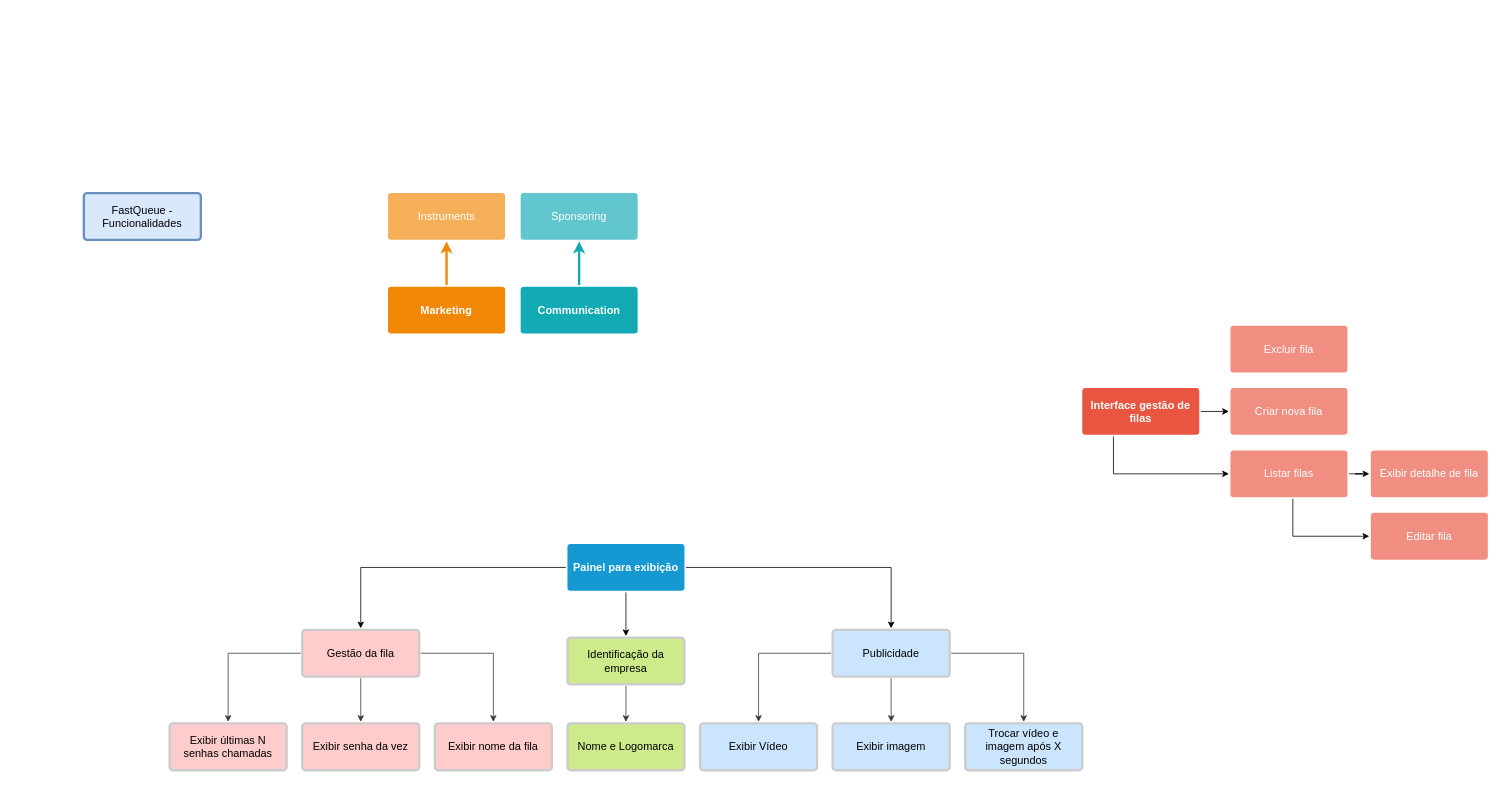
Earlier version of the draw.io diagram Untitled Diagram.drawio (fviel/vueTracker). Source tidied: cells renumbered, new cells numbered last; positions are measured from the earlier drawing's top-left corner, leaving out a move shared by most shapes. Both pictures are drawn from the tidied source at 78%, with x=0, y=0 at pixel (83, 193).
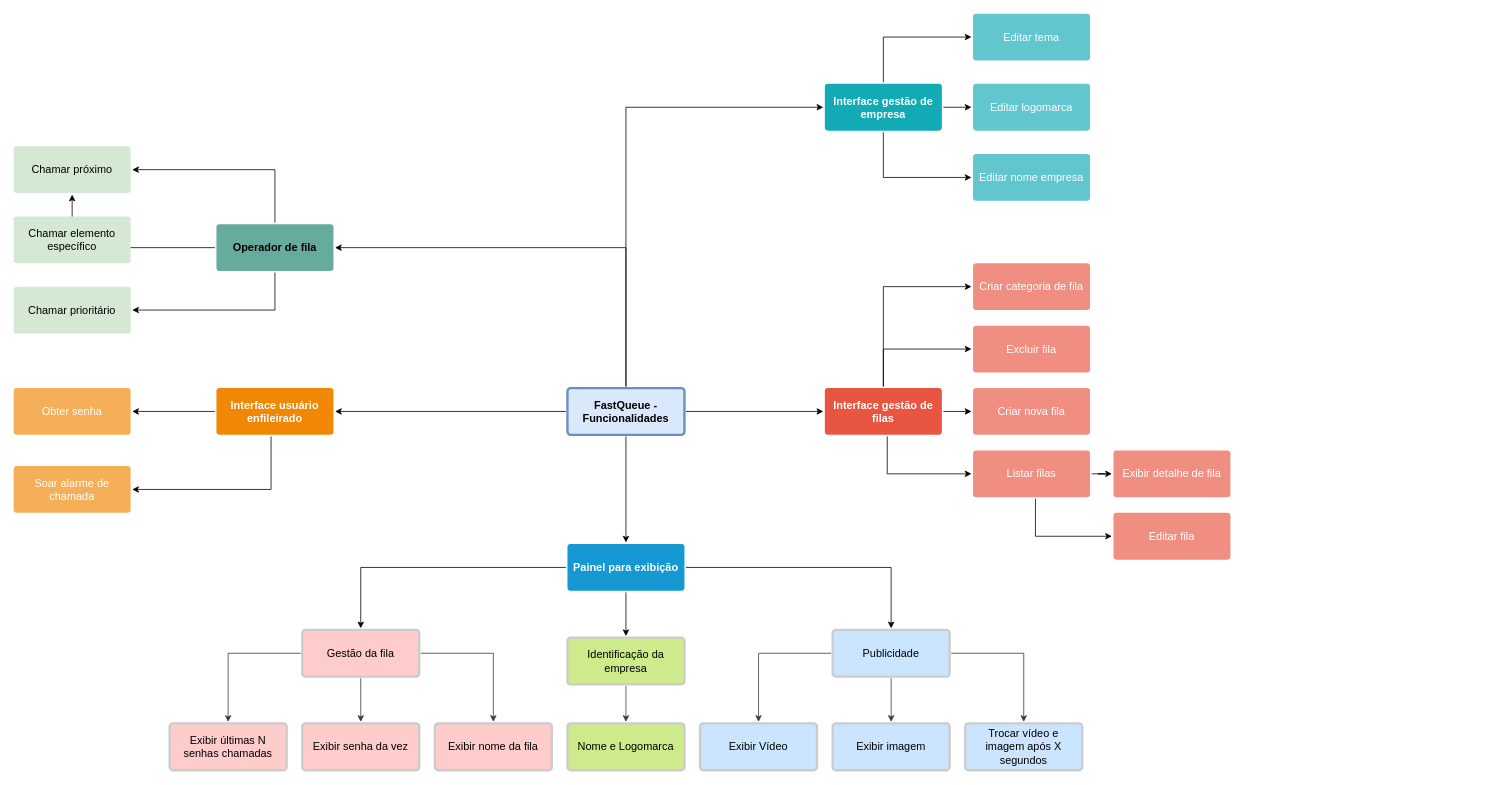
The same page after the edit.

Unchanged cells that the change refers to:
```xml
<mxCell id="7" value="&lt;div&gt;Painel para exibição&lt;/div&gt;" style="rounded=1;whiteSpace=wrap;html=1;shadow=0;labelBackgroundColor=none;strokeColor=none;strokeWidth=3;fillColor=#1699d3;fontFamily=Helvetica;fontSize=14;fontColor=#FFFFFF;align=center;spacing=5;fontStyle=1;arcSize=7;perimeterSpacing=2;" parent="1" vertex="1">
  <mxGeometry x="620" y="450" width="150" height="60" as="geometry" />
</mxCell>
```

The edit, as a diff of the source:
```diff
@@
     <mxCell id="4" style="edgeStyle=orthogonalEdgeStyle;rounded=0;jettySize=auto;html=1;strokeColor=#000000;" parent="1" edge="1" source="5" target="37">
       <mxGeometry relative="1" as="geometry">
         <Array as="points">
-          <mxPoint x="1320" y="360" />
+          <mxPoint x="1030" y="360" />
         </Array>
       </mxGeometry>
     </mxCell>
+    <mxCell id="41" style="edgeStyle=orthogonalEdgeStyle;rounded=0;jettySize=auto;html=1;strokeColor=#000000;" parent="1" edge="1" source="5" target="40">
+      <mxGeometry relative="1" as="geometry">
+        <Array as="points">
+          <mxPoint x="1025" y="200" />
+        </Array>
+      </mxGeometry>
+    </mxCell>
+    <mxCell id="42" style="edgeStyle=orthogonalEdgeStyle;rounded=0;jettySize=auto;html=1;strokeColor=#000000;" parent="1" edge="1" source="5" target="51">
+      <mxGeometry relative="1" as="geometry">
+        <Array as="points">
+          <mxPoint x="1025" y="120" />
+        </Array>
+      </mxGeometry>
+    </mxCell>
     <mxCell id="5" value="Interface gestão de filas" style="rounded=1;whiteSpace=wrap;html=1;shadow=0;labelBackgroundColor=none;strokeColor=none;strokeWidth=3;fillColor=#e85642;fontFamily=Helvetica;fontSize=14;fontColor=#FFFFFF;align=center;spacing=5;fontStyle=1;arcSize=7;perimeterSpacing=2;" parent="1" vertex="1">
-      <mxGeometry x="1280" y="250" width="150" height="60" as="geometry" />
+      <mxGeometry x="950" y="250" width="150" height="60" as="geometry" />
     </mxCell>
     <mxCell id="6" value="Criar nova fila" style="rounded=1;whiteSpace=wrap;html=1;shadow=0;labelBackgroundColor=none;strokeColor=none;strokeWidth=3;fillColor=#f08e81;fontFamily=Helvetica;fontSize=14;fontColor=#FFFFFF;align=center;spacing=5;fontStyle=0;arcSize=7;perimeterSpacing=2;" parent="1" vertex="1">
-      <mxGeometry x="1470" y="250" width="150" height="60" as="geometry" />
+      <mxGeometry x="1140" y="250" width="150" height="60" as="geometry" />
     </mxCell>
@@
+    <mxCell id="15" style="edgeStyle=orthogonalEdgeStyle;rounded=0;jettySize=auto;html=1;strokeColor=#000000;" parent="1" edge="1" source="13" target="14">
+      <mxGeometry relative="1" as="geometry" />
+    </mxCell>
+    <mxCell id="43" style="edgeStyle=orthogonalEdgeStyle;rounded=0;jettySize=auto;html=1;strokeColor=#000000;" parent="1" edge="1" source="13" target="54">
+      <mxGeometry relative="1" as="geometry">
+        <Array as="points">
+          <mxPoint x="240" y="380" />
+        </Array>
+      </mxGeometry>
+    </mxCell>
-    <mxCell id="13" value="Marketing" style="rounded=1;whiteSpace=wrap;html=1;shadow=0;labelBackgroundColor=none;strokeColor=none;strokeWidth=3;fillColor=#F08705;fontFamily=Helvetica;fontSize=14;fontColor=#FFFFFF;align=center;spacing=5;fontStyle=1;arcSize=7;perimeterSpacing=2;" parent="1" vertex="1">
-      <mxGeometry x="390" y="120" width="150" height="60" as="geometry" />
+    <mxCell id="13" value="Interface usuário enfileirado" style="rounded=1;whiteSpace=wrap;html=1;shadow=0;labelBackgroundColor=none;strokeColor=none;strokeWidth=3;fillColor=#F08705;fontFamily=Helvetica;fontSize=14;fontColor=#FFFFFF;align=center;spacing=5;fontStyle=1;arcSize=7;perimeterSpacing=2;" parent="1" vertex="1">
+      <mxGeometry x="170" y="250" width="150" height="60" as="geometry" />
     </mxCell>
-    <mxCell id="14" value="Instruments" style="rounded=1;whiteSpace=wrap;html=1;shadow=0;labelBackgroundColor=none;strokeColor=none;strokeWidth=3;fillColor=#f5af58;fontFamily=Helvetica;fontSize=14;fontColor=#FFFFFF;align=center;spacing=5;arcSize=7;perimeterSpacing=2;" parent="1" vertex="1">
-      <mxGeometry x="390" width="150" height="60" as="geometry" />
+    <mxCell id="14" value="Obter senha" style="rounded=1;whiteSpace=wrap;html=1;shadow=0;labelBackgroundColor=none;strokeColor=none;strokeWidth=3;fillColor=#f5af58;fontFamily=Helvetica;fontSize=14;fontColor=#FFFFFF;align=center;spacing=5;arcSize=7;perimeterSpacing=2;" parent="1" vertex="1">
+      <mxGeometry x="-90" y="250" width="150" height="60" as="geometry" />
     </mxCell>
-    <mxCell id="15" style="edgeStyle=none;rounded=0;jumpStyle=none;html=1;shadow=0;labelBackgroundColor=none;startArrow=none;startFill=0;endArrow=classic;endFill=1;jettySize=auto;strokeColor=#F08705;strokeWidth=3;fontFamily=Helvetica;fontSize=14;fontColor=#FFFFFF;spacing=5;" parent="1" edge="1" source="13" target="14">
-      <mxGeometry relative="1" as="geometry" />
-    </mxCell>
+    <mxCell id="44" style="edgeStyle=orthogonalEdgeStyle;rounded=0;jettySize=auto;html=1;strokeColor=#000000;" parent="1" edge="1" source="16" target="7">
+      <mxGeometry relative="1" as="geometry" />
+    </mxCell>
+    <mxCell id="45" style="edgeStyle=orthogonalEdgeStyle;rounded=0;jettySize=auto;html=1;strokeColor=#000000;" parent="1" edge="1" source="16" target="5">
+      <mxGeometry relative="1" as="geometry" />
+    </mxCell>
+    <mxCell id="46" style="edgeStyle=orthogonalEdgeStyle;rounded=0;jettySize=auto;html=1;strokeColor=#000000;" parent="1" edge="1" source="16" target="17">
+      <mxGeometry relative="1" as="geometry">
+        <Array as="points">
+          <mxPoint x="695" y="-110" />
+        </Array>
+      </mxGeometry>
+    </mxCell>
+    <mxCell id="47" style="edgeStyle=orthogonalEdgeStyle;rounded=0;jettySize=auto;html=1;strokeColor=#000000;" parent="1" edge="1" source="16" target="13">
+      <mxGeometry relative="1" as="geometry" />
+    </mxCell>
+    <mxCell id="48" style="edgeStyle=orthogonalEdgeStyle;rounded=0;jettySize=auto;html=1;strokeColor=#000000;" parent="1" edge="1" source="16" target="58">
+      <mxGeometry relative="1" as="geometry">
+        <Array as="points">
+          <mxPoint x="695" y="70" />
+        </Array>
+      </mxGeometry>
+    </mxCell>
-    <mxCell id="16" value="FastQueue - Funcionalidades" style="rounded=1;whiteSpace=wrap;html=1;shadow=0;labelBackgroundColor=none;strokeColor=#6c8ebf;strokeWidth=3;fillColor=#dae8fc;fontFamily=Helvetica;fontSize=14;align=center;spacing=5;arcSize=7;perimeterSpacing=2;" parent="1" vertex="1">
-      <mxGeometry width="150" height="60" as="geometry" />
+    <mxCell id="16" value="&lt;b&gt;FastQueue - Funcionalidades&lt;/b&gt;" style="rounded=1;whiteSpace=wrap;html=1;shadow=0;labelBackgroundColor=none;strokeColor=#6c8ebf;strokeWidth=3;fillColor=#dae8fc;fontFamily=Helvetica;fontSize=14;align=center;spacing=5;arcSize=7;perimeterSpacing=2;" parent="1" vertex="1">
+      <mxGeometry x="620" y="250" width="150" height="60" as="geometry" />
     </mxCell>
+    <mxCell id="19" style="edgeStyle=orthogonalEdgeStyle;rounded=0;jettySize=auto;html=1;strokeColor=#000000;" parent="1" edge="1" source="17" target="18">
+      <mxGeometry relative="1" as="geometry" />
+    </mxCell>
+    <mxCell id="49" style="edgeStyle=orthogonalEdgeStyle;rounded=0;jettySize=auto;html=1;strokeColor=#000000;" parent="1" edge="1" source="17" target="53">
+      <mxGeometry relative="1" as="geometry">
+        <Array as="points">
+          <mxPoint x="1025" y="-20" />
+        </Array>
+      </mxGeometry>
+    </mxCell>
+    <mxCell id="50" style="edgeStyle=orthogonalEdgeStyle;rounded=0;jettySize=auto;html=1;strokeColor=#000000;" parent="1" edge="1" source="17" target="52">
+      <mxGeometry relative="1" as="geometry">
+        <Array as="points">
+          <mxPoint x="1025" y="-200" />
+        </Array>
+      </mxGeometry>
+    </mxCell>
-    <mxCell id="17" value="Communication" style="rounded=1;whiteSpace=wrap;html=1;shadow=0;labelBackgroundColor=none;strokeColor=none;strokeWidth=3;fillColor=#12aab5;fontFamily=Helvetica;fontSize=14;fontColor=#FFFFFF;align=center;spacing=5;fontStyle=1;arcSize=7;perimeterSpacing=2;" parent="1" vertex="1">
-      <mxGeometry x="560" y="120" width="150" height="60" as="geometry" />
+    <mxCell id="17" value="Interface gestão de empresa" style="rounded=1;whiteSpace=wrap;html=1;shadow=0;labelBackgroundColor=none;strokeColor=none;strokeWidth=3;fillColor=#12aab5;fontFamily=Helvetica;fontSize=14;fontColor=#FFFFFF;align=center;spacing=5;fontStyle=1;arcSize=7;perimeterSpacing=2;" parent="1" vertex="1">
+      <mxGeometry x="950" y="-140" width="150" height="60" as="geometry" />
     </mxCell>
-    <mxCell id="18" value="Sponsoring" style="rounded=1;whiteSpace=wrap;html=1;shadow=0;labelBackgroundColor=none;strokeColor=none;strokeWidth=3;fillColor=#61c6ce;fontFamily=Helvetica;fontSize=14;fontColor=#FFFFFF;align=center;spacing=5;fontStyle=0;arcSize=7;perimeterSpacing=2;" parent="1" vertex="1">
-      <mxGeometry x="560" width="150" height="60" as="geometry" />
+    <mxCell id="18" value="Editar logomarca" style="rounded=1;whiteSpace=wrap;html=1;shadow=0;labelBackgroundColor=none;strokeColor=none;strokeWidth=3;fillColor=#61c6ce;fontFamily=Helvetica;fontSize=14;fontColor=#FFFFFF;align=center;spacing=5;fontStyle=0;arcSize=7;perimeterSpacing=2;" parent="1" vertex="1">
+      <mxGeometry x="1140" y="-140" width="150" height="60" as="geometry" />
     </mxCell>
-    <mxCell id="19" style="edgeStyle=none;rounded=1;jumpStyle=none;html=1;shadow=0;labelBackgroundColor=none;startArrow=none;startFill=0;jettySize=auto;strokeColor=#12AAB5;strokeWidth=3;fontFamily=Helvetica;fontSize=14;fontColor=#FFFFFF;spacing=5;fontStyle=1;fillColor=#b0e3e6;" parent="1" edge="1" source="17" target="18">
-      <mxGeometry relative="1" as="geometry" />
-    </mxCell>
@@
     <mxCell id="36" style="edgeStyle=orthogonalEdgeStyle;rounded=0;jettySize=auto;html=1;strokeColor=#000000;" parent="1" edge="1" source="37" target="38">
       <mxGeometry relative="1" as="geometry">
         <Array as="points">
-          <mxPoint x="1550" y="440" />
+          <mxPoint x="1220" y="440" />
         </Array>
       </mxGeometry>
     </mxCell>
     <mxCell id="37" value="Listar filas" style="rounded=1;whiteSpace=wrap;html=1;shadow=0;labelBackgroundColor=none;strokeColor=none;strokeWidth=3;fillColor=#f08e81;fontFamily=Helvetica;fontSize=14;fontColor=#FFFFFF;align=center;spacing=5;fontStyle=0;arcSize=7;perimeterSpacing=2;" parent="1" vertex="1">
-      <mxGeometry x="1470" y="330" width="150" height="60" as="geometry" />
+      <mxGeometry x="1140" y="330" width="150" height="60" as="geometry" />
     </mxCell>
     <mxCell id="38" value="&lt;div&gt;Editar fila&lt;/div&gt;" style="rounded=1;whiteSpace=wrap;html=1;shadow=0;labelBackgroundColor=none;strokeColor=none;strokeWidth=3;fillColor=#f08e81;fontFamily=Helvetica;fontSize=14;fontColor=#FFFFFF;align=center;spacing=5;fontStyle=0;arcSize=7;perimeterSpacing=2;" parent="1" vertex="1">
-      <mxGeometry x="1650" y="410" width="150" height="60" as="geometry" />
+      <mxGeometry x="1320" y="410" width="150" height="60" as="geometry" />
     </mxCell>
     <mxCell id="39" value="Exibir detalhe de fila" style="rounded=1;whiteSpace=wrap;html=1;shadow=0;labelBackgroundColor=none;strokeColor=none;strokeWidth=3;fillColor=#f08e81;fontFamily=Helvetica;fontSize=14;fontColor=#FFFFFF;align=center;spacing=5;fontStyle=0;arcSize=7;perimeterSpacing=2;" parent="1" vertex="1">
-      <mxGeometry x="1650" y="330" width="150" height="60" as="geometry" />
+      <mxGeometry x="1320" y="330" width="150" height="60" as="geometry" />
     </mxCell>
     <mxCell id="40" value="Excluir fila" style="rounded=1;whiteSpace=wrap;html=1;shadow=0;labelBackgroundColor=none;strokeColor=none;strokeWidth=3;fillColor=#f08e81;fontFamily=Helvetica;fontSize=14;fontColor=#FFFFFF;align=center;spacing=5;fontStyle=0;arcSize=7;perimeterSpacing=2;" parent="1" vertex="1">
-      <mxGeometry x="1470" y="170" width="150" height="60" as="geometry" />
+      <mxGeometry x="1140" y="170" width="150" height="60" as="geometry" />
     </mxCell>
+    <mxCell id="51" value="Criar categoria de fila" style="rounded=1;whiteSpace=wrap;html=1;shadow=0;labelBackgroundColor=none;strokeColor=none;strokeWidth=3;fillColor=#f08e81;fontFamily=Helvetica;fontSize=14;fontColor=#FFFFFF;align=center;spacing=5;fontStyle=0;arcSize=7;perimeterSpacing=2;" parent="1" vertex="1">
+      <mxGeometry x="1140" y="90" width="150" height="60" as="geometry" />
+    </mxCell>
+    <mxCell id="52" value="Editar tema" style="rounded=1;whiteSpace=wrap;html=1;shadow=0;labelBackgroundColor=none;strokeColor=none;strokeWidth=3;fillColor=#61c6ce;fontFamily=Helvetica;fontSize=14;fontColor=#FFFFFF;align=center;spacing=5;fontStyle=0;arcSize=7;perimeterSpacing=2;" parent="1" vertex="1">
+      <mxGeometry x="1140" y="-230" width="150" height="60" as="geometry" />
+    </mxCell>
+    <mxCell id="53" value="Editar nome empresa" style="rounded=1;whiteSpace=wrap;html=1;shadow=0;labelBackgroundColor=none;strokeColor=none;strokeWidth=3;fillColor=#61c6ce;fontFamily=Helvetica;fontSize=14;fontColor=#FFFFFF;align=center;spacing=5;fontStyle=0;arcSize=7;perimeterSpacing=2;" parent="1" vertex="1">
+      <mxGeometry x="1140" y="-50" width="150" height="60" as="geometry" />
+    </mxCell>
+    <mxCell id="54" value="Soar alarme de chamada" style="rounded=1;whiteSpace=wrap;html=1;shadow=0;labelBackgroundColor=none;strokeColor=none;strokeWidth=3;fillColor=#f5af58;fontFamily=Helvetica;fontSize=14;fontColor=#FFFFFF;align=center;spacing=5;arcSize=7;perimeterSpacing=2;" parent="1" vertex="1">
+      <mxGeometry x="-90" y="350" width="150" height="60" as="geometry" />
+    </mxCell>
+    <mxCell id="55" style="edgeStyle=orthogonalEdgeStyle;rounded=0;jettySize=auto;html=1;strokeColor=#000000;" parent="1" edge="1" source="58" target="59">
+      <mxGeometry relative="1" as="geometry" />
+    </mxCell>
+    <mxCell id="56" style="edgeStyle=orthogonalEdgeStyle;rounded=0;jettySize=auto;html=1;strokeColor=#000000;" parent="1" edge="1" source="58" target="59">
+      <mxGeometry relative="1" as="geometry">
+        <Array as="points">
+          <mxPoint x="245" y="-30" />
+        </Array>
+      </mxGeometry>
+    </mxCell>
+    <mxCell id="57" style="edgeStyle=orthogonalEdgeStyle;rounded=0;jettySize=auto;html=1;strokeColor=#000000;" parent="1" edge="1" source="58" target="61">
+      <mxGeometry relative="1" as="geometry">
+        <Array as="points">
+          <mxPoint x="245" y="150" />
+        </Array>
+      </mxGeometry>
+    </mxCell>
+    <mxCell id="58" value="Operador de fila" style="rounded=1;whiteSpace=wrap;html=1;shadow=0;labelBackgroundColor=none;strokeColor=none;strokeWidth=3;fillColor=#67AB9F;fontFamily=Helvetica;fontSize=14;align=center;spacing=5;fontStyle=1;arcSize=7;perimeterSpacing=2;" parent="1" vertex="1">
+      <mxGeometry x="170" y="40" width="150" height="60" as="geometry" />
+    </mxCell>
+    <mxCell id="59" value="&lt;div&gt;Chamar próximo&lt;/div&gt;" style="rounded=1;whiteSpace=wrap;html=1;shadow=0;labelBackgroundColor=none;strokeColor=none;strokeWidth=3;fillColor=#d5e8d4;fontFamily=Helvetica;fontSize=14;align=center;spacing=5;arcSize=7;perimeterSpacing=2;" parent="1" vertex="1">
+      <mxGeometry x="-90" y="-60" width="150" height="60" as="geometry" />
+    </mxCell>
+    <mxCell id="60" value="Chamar elemento específico" style="rounded=1;whiteSpace=wrap;html=1;shadow=0;labelBackgroundColor=none;strokeColor=none;strokeWidth=3;fillColor=#d5e8d4;fontFamily=Helvetica;fontSize=14;align=center;spacing=5;arcSize=7;perimeterSpacing=2;" parent="1" vertex="1">
+      <mxGeometry x="-90" y="30" width="150" height="60" as="geometry" />
+    </mxCell>
+    <mxCell id="61" value="&lt;div&gt;Chamar prioritário&lt;/div&gt;" style="rounded=1;whiteSpace=wrap;html=1;shadow=0;labelBackgroundColor=none;strokeColor=none;strokeWidth=3;fillColor=#d5e8d4;fontFamily=Helvetica;fontSize=14;align=center;spacing=5;arcSize=7;perimeterSpacing=2;" parent="1" vertex="1">
+      <mxGeometry x="-90" y="120" width="150" height="60" as="geometry" />
+    </mxCell>
```
